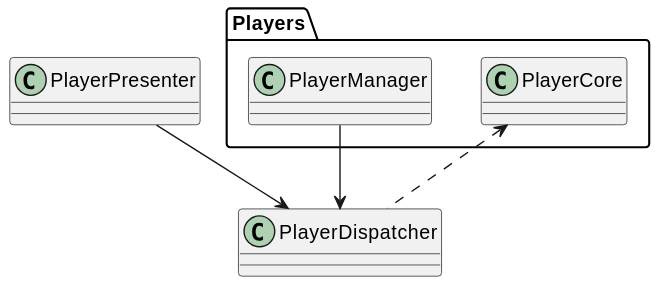
asterisk-cn/RougueShooter keeps this PlantUML diagram as plantuml/out/Player/PlayerDispatcher.svg. Above is the earlier version.
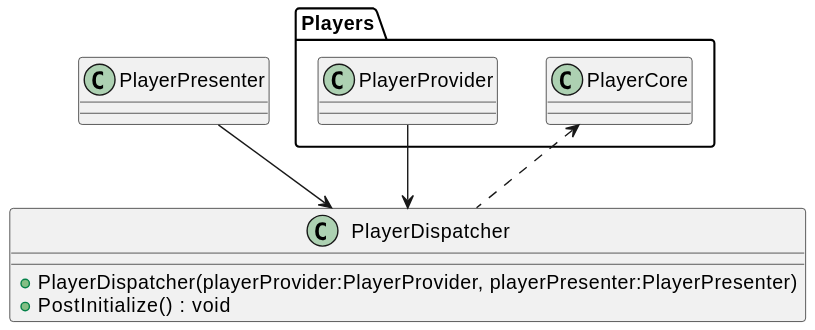
The same file after the commit.

Diff of the diagram source:
```diff
@@ -1,7 +1,9 @@
 @startuml
 class PlayerDispatcher {
+    + PlayerDispatcher(playerProvider:PlayerProvider, playerPresenter:PlayerPresenter)
+    + PostInitialize() : void
 }
-Players.PlayerManager --> PlayerDispatcher
+Players.PlayerProvider --> PlayerDispatcher
 PlayerPresenter --> PlayerDispatcher
 Players.PlayerCore <.. PlayerDispatcher
 @enduml
```
